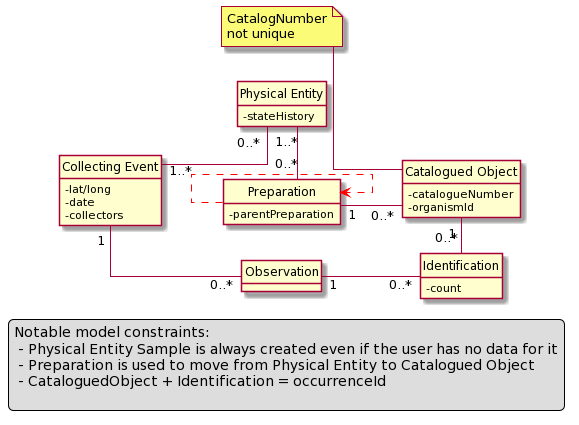
This is documentation/collectionDataModel.png from DINA-Web/collection-specs, a PlantUML export, as it was before one commit.
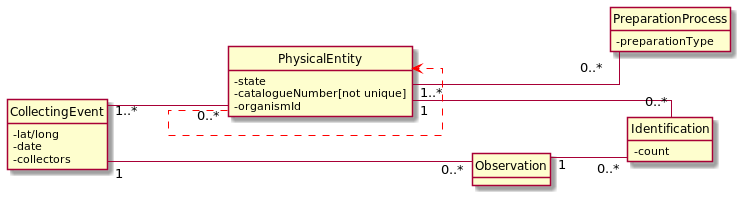
The same file after the commit.

Commit message:
Updated diagram based on latest discussions

What changed in the source:
```diff
@@ -6,14 +6,16 @@
 hide circle
 hide methods
 
-class "Collecting Event" as ce {
+class "CollectingEvent" as ce {
 -lat/long
 -date
 -collectors
 }
 
-class "Physical Entity" as pe {
--stateHistory
+class "PhysicalEntity" as pe {
+-state
+-catalogueNumber[not unique]
+-organismId
 }
 
 class "Observation" as obs {
@@ -21,36 +23,20 @@
 
 skinparam linetype spline
 
-class "Catalogued Object" as co {
--catalogueNumber
--organismId
-}
-
-note "CatalogNumber\nnot unique" as NU
-
 class "Identification" as identification{
 -count
 }
 
-class "Preparation" as preparation{
--parentPreparation
+class "PreparationProcess" as preparation{
+-preparationType
 }
 
-ce "1..* " -- "0..*" pe
+ce "1..* " --- "0..*" pe
 ce "1 " -- "0..*" obs
-preparation "1 " -- "0..*" co
 skinparam linetype ortho
-co "1 " - "0..*" identification
-pe "1..*" - "0..*" preparation
-co -up-> NU
-preparation -[#red,dashed]-> preparation
+pe "1 " --- "0..*" identification
+pe "1..*" --- "0..*" preparation
+pe -[#red,dashed]-> pe
 obs "1 " -- "0..*" identification
 
-legend right
-Notable model constraints:
- - Physical Entity Sample is always created even if the user has no data for it
- - Preparation is used to move from Physical Entity to Catalogued Object
- - CataloguedObject + Identification = occurrenceId
-
-endlegend
 @enduml
```
